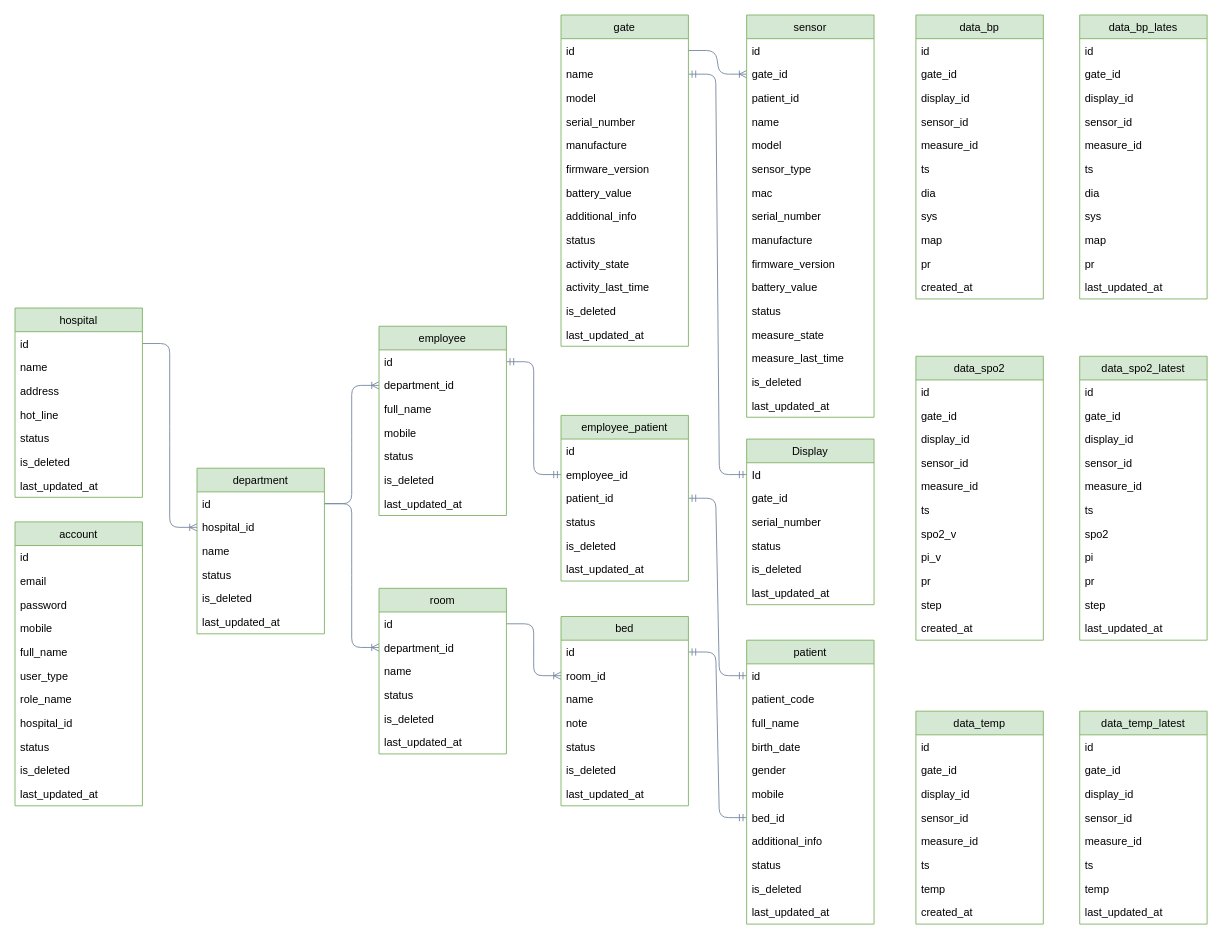
Above: Database/vitalsign_diagram.drawio in sweettime8/ProjectVitalSign (draw.io), before the change. Source tidied: cells renumbered, new cells numbered last; positions are measured from the earlier drawing's top-left corner, leaving out a move shared by most shapes. Both pictures are drawn from the tidied source at 91%, with x=0, y=0 at pixel (15, 15).
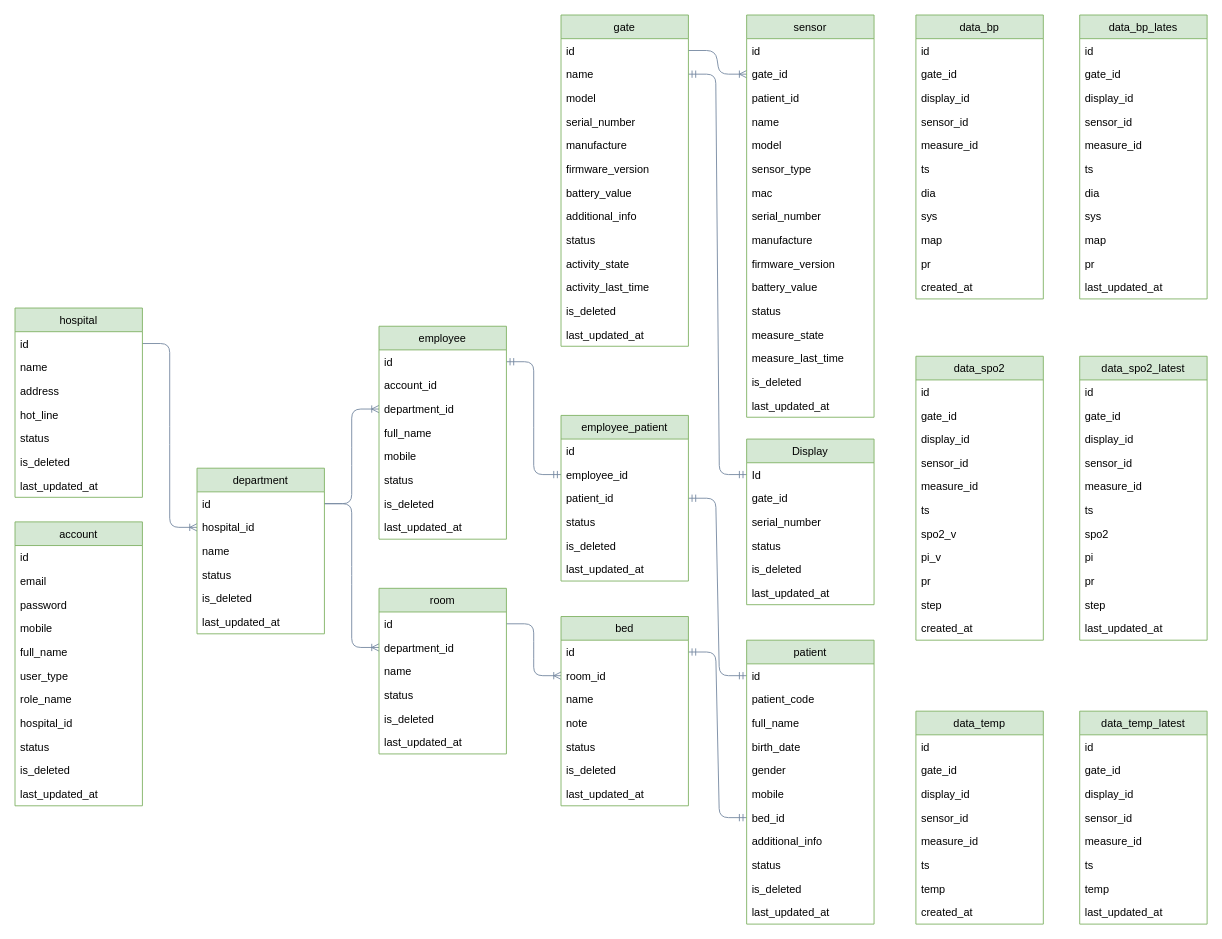
The same page after the edit.

Change to the diagram source:
```diff
@@
     <mxCell id="35" value="employee" style="swimlane;fontStyle=0;horizontal=1;startSize=26;fillColor=#d5e8d4;rounded=0;sketch=0;strokeColor=#82b366;" parent="1" vertex="1">
-      <mxGeometry x="400" y="342" width="140" height="208" as="geometry" />
+      <mxGeometry x="400" y="342" width="140" height="234" as="geometry" />
     </mxCell>
@@
+    <mxCell id="186" value="account_id" style="text;strokeColor=none;fillColor=none;align=left;verticalAlign=top;spacingLeft=4;spacingRight=4;overflow=hidden;" parent="35" vertex="1">
+      <mxGeometry y="52" width="140" height="26" as="geometry" />
+    </mxCell>
     <mxCell id="37" value="department_id" style="text;strokeColor=none;fillColor=none;align=left;verticalAlign=top;spacingLeft=4;spacingRight=4;overflow=hidden;points=[[0,0.5],[1,0.5]];portConstraint=eastwest;" parent="35" vertex="1">
-      <mxGeometry y="52" width="140" height="26" as="geometry" />
+      <mxGeometry y="78" width="140" height="26" as="geometry" />
     </mxCell>
     <mxCell id="38" value="full_name" style="text;strokeColor=none;fillColor=none;align=left;verticalAlign=top;spacingLeft=4;spacingRight=4;overflow=hidden;" parent="35" vertex="1">
-      <mxGeometry y="78" width="140" height="26" as="geometry" />
+      <mxGeometry y="104" width="140" height="26" as="geometry" />
     </mxCell>
     <mxCell id="39" value="mobile" style="text;strokeColor=none;fillColor=none;align=left;verticalAlign=top;spacingLeft=4;spacingRight=4;overflow=hidden;" parent="35" vertex="1">
-      <mxGeometry y="104" width="140" height="26" as="geometry" />
+      <mxGeometry y="130" width="140" height="26" as="geometry" />
     </mxCell>
     <mxCell id="40" value="status" style="text;strokeColor=none;fillColor=none;align=left;verticalAlign=top;spacingLeft=4;spacingRight=4;overflow=hidden;" parent="35" vertex="1">
-      <mxGeometry y="130" width="140" height="26" as="geometry" />
+      <mxGeometry y="156" width="140" height="26" as="geometry" />
     </mxCell>
     <mxCell id="41" value="is_deleted" style="text;strokeColor=none;fillColor=none;align=left;verticalAlign=top;spacingLeft=4;spacingRight=4;overflow=hidden;" parent="35" vertex="1">
-      <mxGeometry y="156" width="140" height="26" as="geometry" />
+      <mxGeometry y="182" width="140" height="26" as="geometry" />
     </mxCell>
     <mxCell id="42" value="last_updated_at" style="text;strokeColor=none;fillColor=none;align=left;verticalAlign=top;spacingLeft=4;spacingRight=4;overflow=hidden;" parent="35" vertex="1">
-      <mxGeometry y="182" width="140" height="26" as="geometry" />
+      <mxGeometry y="208" width="140" height="26" as="geometry" />
     </mxCell>
```
